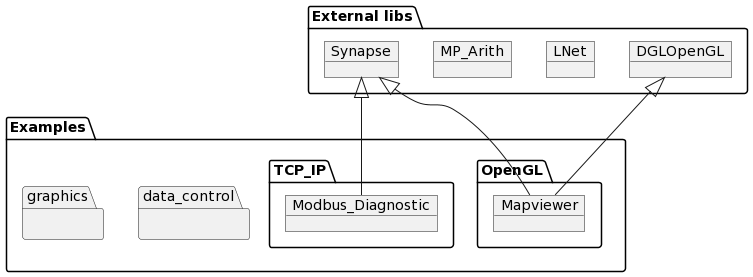
Before: Overview.png, a diagram exported from PlantUML (PascalCorpsman/Examples).
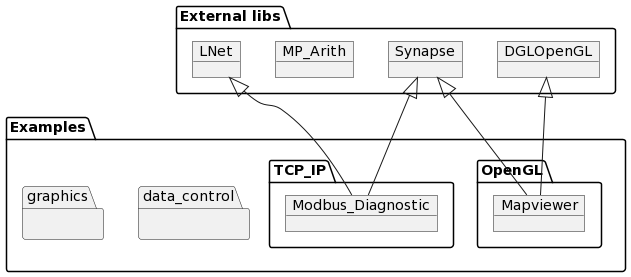
Later version of the same file.

Diff of the diagram source:
```diff
@@ -22,5 +22,6 @@
 Synapse <|-- Mapviewer
 DGLOpenGL <|-- Mapviewer
 Synapse <|-- Modbus_Diagnostic
+LNet <|-- Modbus_Diagnostic
 }
 @enduml
```
